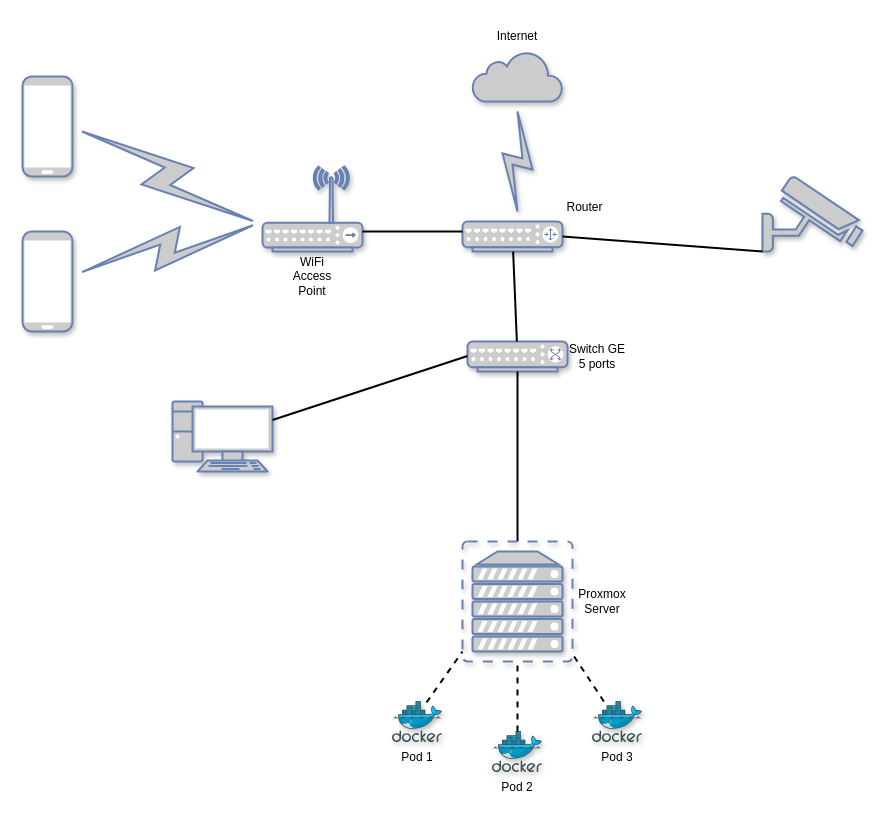
Earlier version of the draw.io diagram 03-sysadmin-08-net/Home_net_Diagram.drawio (PlotnikovAlexandr/devops-netology). Source tidied: cells renumbered, new cells numbered last; positions are measured from the earlier drawing's top-left corner, leaving out a move shared by most shapes. Both pictures are drawn from the tidied source at 100%, with x=0, y=0 at pixel (22, 21).
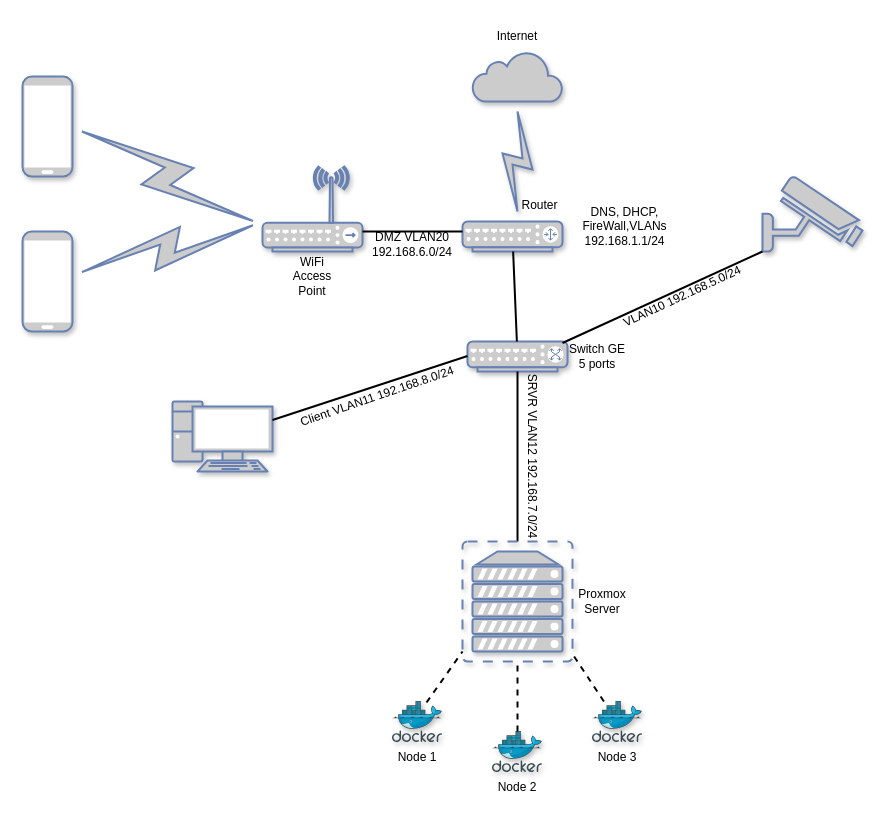
Above is the later version.

Unchanged cells that the change refers to:
```xml
<mxCell id="2" style="fontColor=#0066CC;verticalAlign=top;verticalLabelPosition=bottom;labelPosition=center;align=center;html=1;outlineConnect=0;fillColor=#CCCCCC;strokeColor=#6881B3;gradientColor=none;gradientDirection=north;strokeWidth=2;shape=mxgraph.networks.router;shadow=1;" parent="1" vertex="1">
  <mxGeometry x="440" y="200" width="100" height="30" as="geometry" />
</mxCell>
<mxCell id="7" style="fontColor=#0066CC;verticalAlign=top;verticalLabelPosition=bottom;labelPosition=center;align=center;html=1;outlineConnect=0;fillColor=#CCCCCC;strokeColor=#6881B3;gradientColor=none;gradientDirection=north;strokeWidth=2;shape=mxgraph.networks.switch;shadow=1;" parent="1" vertex="1">
  <mxGeometry x="445" y="320" width="100" height="30" as="geometry" />
</mxCell>
<mxCell id="18" style="fontColor=#0066CC;verticalAlign=top;verticalLabelPosition=bottom;labelPosition=center;align=center;html=1;outlineConnect=0;fillColor=#CCCCCC;strokeColor=#6881B3;gradientColor=none;gradientDirection=north;strokeWidth=2;shape=mxgraph.networks.security_camera;shadow=1;fontSize=7;" parent="1" vertex="1">
  <mxGeometry x="740" y="155" width="100" height="75" as="geometry" />
</mxCell>
```

Diff of the diagram source:
```diff
@@
     <mxCell id="8" value="Router" style="text;html=1;strokeColor=none;fillColor=none;align=center;verticalAlign=middle;whiteSpace=wrap;rounded=0;shadow=1;" parent="1" vertex="1">
-      <mxGeometry x="525" y="170" width="75" height="32.5" as="geometry" />
+      <mxGeometry x="480" y="167.5" width="75" height="32.5" as="geometry" />
     </mxCell>
@@
-    <mxCell id="22" style="endArrow=none;html=1;strokeWidth=2;rounded=0;comic=0;entryX=1;entryY=0.5;entryDx=0;entryDy=0;entryPerimeter=0;exitX=0;exitY=1;exitDx=0;exitDy=0;exitPerimeter=0;" parent="1" edge="1" source="18" target="2">
+    <mxCell id="22" style="endArrow=none;html=1;strokeWidth=2;rounded=0;comic=0;entryX=0.95;entryY=0.05;entryDx=0;entryDy=0;entryPerimeter=0;exitX=0;exitY=1;exitDx=0;exitDy=0;exitPerimeter=0;" parent="1" edge="1" source="18" target="7">
       <mxGeometry relative="1" as="geometry" />
     </mxCell>
@@
-    <mxCell id="30" value="Pod 1" style="text;html=1;strokeColor=none;fillColor=none;align=center;verticalAlign=middle;whiteSpace=wrap;rounded=0;shadow=1;fontSize=12;" parent="1" vertex="1">
+    <mxCell id="30" value="Node 1" style="text;html=1;strokeColor=none;fillColor=none;align=center;verticalAlign=middle;whiteSpace=wrap;rounded=0;shadow=1;fontSize=12;" parent="1" vertex="1">
       <mxGeometry x="365" y="721" width="60" height="30" as="geometry" />
     </mxCell>
-    <mxCell id="31" value="Pod 2" style="text;html=1;strokeColor=none;fillColor=none;align=center;verticalAlign=middle;whiteSpace=wrap;rounded=0;shadow=1;fontSize=12;" parent="1" vertex="1">
+    <mxCell id="31" value="Node&amp;nbsp;2" style="text;html=1;strokeColor=none;fillColor=none;align=center;verticalAlign=middle;whiteSpace=wrap;rounded=0;shadow=1;fontSize=12;" parent="1" vertex="1">
       <mxGeometry x="465" y="751" width="60" height="30" as="geometry" />
     </mxCell>
-    <mxCell id="32" value="Pod 3" style="text;html=1;strokeColor=none;fillColor=none;align=center;verticalAlign=middle;whiteSpace=wrap;rounded=0;shadow=1;fontSize=12;" parent="1" vertex="1">
+    <mxCell id="32" value="Node&amp;nbsp;3" style="text;html=1;strokeColor=none;fillColor=none;align=center;verticalAlign=middle;whiteSpace=wrap;rounded=0;shadow=1;fontSize=12;" parent="1" vertex="1">
       <mxGeometry x="565" y="721" width="60" height="30" as="geometry" />
     </mxCell>
+    <mxCell id="33" value="VLAN10 192.168.5.0/24" style="text;html=1;strokeColor=none;fillColor=none;align=center;verticalAlign=middle;whiteSpace=wrap;rounded=0;shadow=1;fontSize=12;rotation=335;" parent="1" vertex="1">
+      <mxGeometry x="570" y="260" width="180" height="30" as="geometry" />
+    </mxCell>
+    <mxCell id="34" value="DMZ VLAN20 192.168.6.0/24" style="text;html=1;strokeColor=none;fillColor=none;align=center;verticalAlign=middle;whiteSpace=wrap;rounded=0;shadow=1;fontSize=12;rotation=0;" parent="1" vertex="1">
+      <mxGeometry x="320" y="202.5" width="140" height="40" as="geometry" />
+    </mxCell>
+    <mxCell id="35" value="SRVR VLAN12 192.168.7.0/24" style="text;html=1;strokeColor=none;fillColor=none;align=center;verticalAlign=middle;whiteSpace=wrap;rounded=0;shadow=1;fontSize=12;rotation=90;" parent="1" vertex="1">
+      <mxGeometry x="420" y="420" width="180" height="30" as="geometry" />
+    </mxCell>
+    <mxCell id="36" value="Client VLAN11 192.168.8.0/24" style="text;html=1;strokeColor=none;fillColor=none;align=center;verticalAlign=middle;whiteSpace=wrap;rounded=0;shadow=1;fontSize=12;rotation=341;" parent="1" vertex="1">
+      <mxGeometry x="265" y="360" width="180" height="30" as="geometry" />
+    </mxCell>
+    <mxCell id="37" value="DNS, DHCP, FireWall,VLANs&lt;br&gt;192.168.1.1/24" style="text;html=1;strokeColor=none;fillColor=none;align=center;verticalAlign=middle;whiteSpace=wrap;rounded=0;shadow=1;fontSize=12;" parent="1" vertex="1">
+      <mxGeometry x="525" y="180" width="155" height="50" as="geometry" />
+    </mxCell>
```
